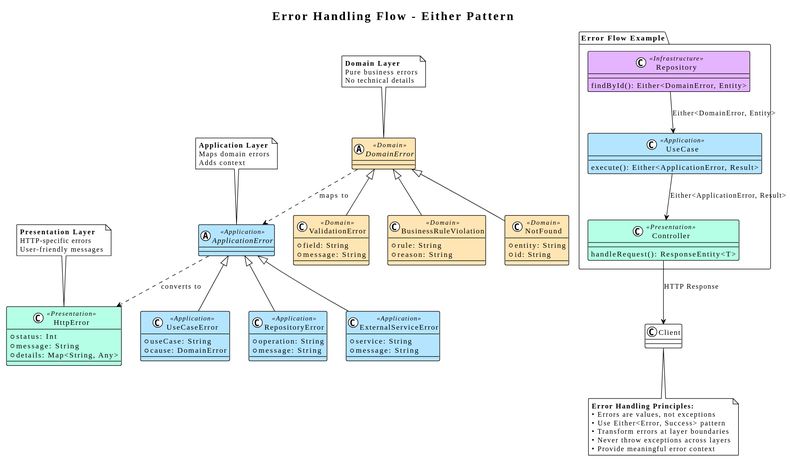
This is docs/diagrams/error-handling-flow.svg from 1887sagar/hybrid_template_kotlin, a PlantUML export, as it was before one commit. The source it was exported from:
```plantuml
@startuml
!theme plain
title Error Handling Flow - Either Pattern

skinparam class {
    BackgroundColor<<Domain>> #FFE5B4
    BackgroundColor<<Application>> #B4E5FF
    BackgroundColor<<Infrastructure>> #E5B4FF
    BackgroundColor<<Presentation>> #B4FFE5
}

abstract class DomainError <<Domain>> {
    {abstract}
}

class ValidationError <<Domain>> {
    + field: String
    + message: String
}

class BusinessRuleViolation <<Domain>> {
    + rule: String
    + reason: String
}

class NotFound <<Domain>> {
    + entity: String
    + id: String
}

abstract class ApplicationError <<Application>> {
    {abstract}
}

class UseCaseError <<Application>> {
    + useCase: String
    + cause: DomainError
}

class RepositoryError <<Application>> {
    + operation: String
    + message: String
}

class ExternalServiceError <<Application>> {
    + service: String
    + message: String
}

class HttpError <<Presentation>> {
    + status: Int
    + message: String
    + details: Map<String, Any>
}

note top of DomainError
    **Domain Layer**
    Pure business errors
    No technical details
end note

note top of ApplicationError
    **Application Layer**
    Maps domain errors
    Adds context
end note

note top of HttpError
    **Presentation Layer**
    HTTP-specific errors
    User-friendly messages
end note

package "Error Flow Example" {
    class "Repository" <<Infrastructure>> {
        findById(): Either<DomainError, Entity>
    }

    class "UseCase" <<Application>> {
        execute(): Either<ApplicationError, Result>
    }

    class "Controller" <<Presentation>> {
        handleRequest(): ResponseEntity<T>
    }
}

DomainError <|-- ValidationError
DomainError <|-- BusinessRuleViolation
DomainError <|-- NotFound

ApplicationError <|-- UseCaseError
ApplicationError <|-- RepositoryError
ApplicationError <|-- ExternalServiceError

DomainError ..> ApplicationError : "maps to"
ApplicationError ..> HttpError : "converts to"

"Repository" --> "UseCase" : Either<DomainError, Entity>
"UseCase" --> "Controller" : Either<ApplicationError, Result>
"Controller" --> Client : HTTP Response

note bottom
    **Error Handling Principles:**
    • Errors are values, not exceptions
    • Use Either<Error, Success> pattern
    • Transform errors at layer boundaries
    • Never throw exceptions across layers
    • Provide meaningful error context
end note
@enduml
```
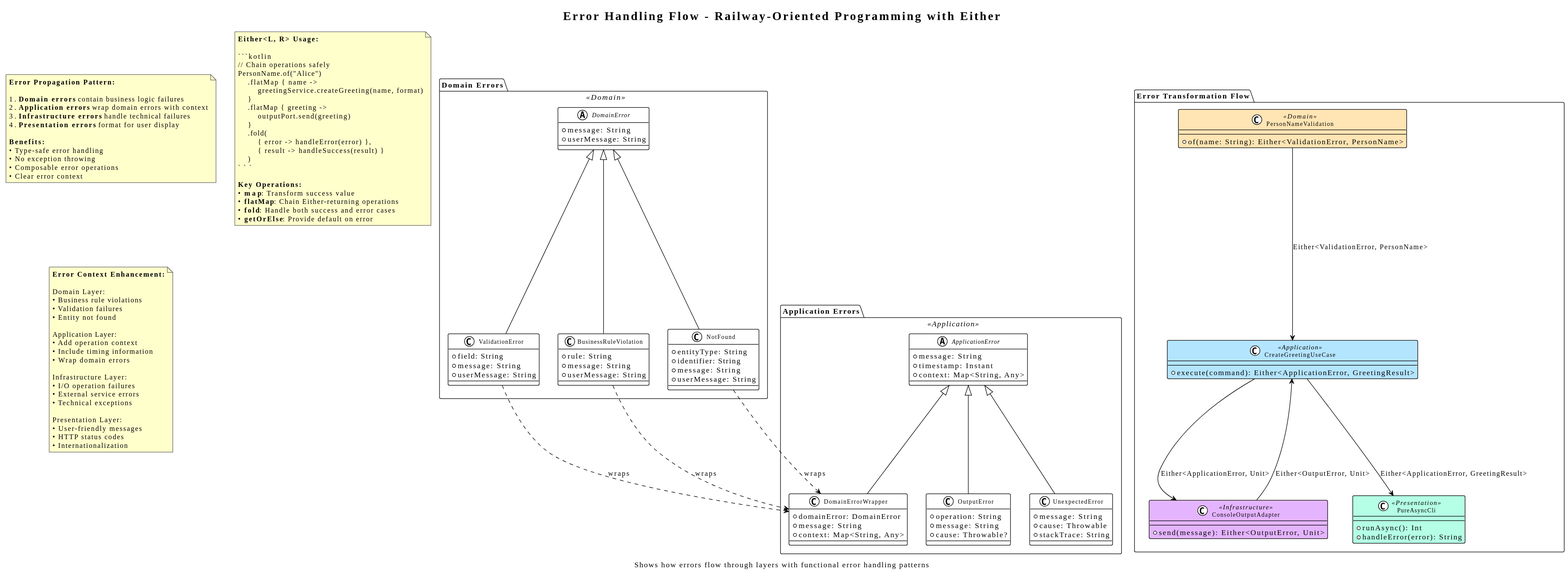
After the commit.

Diff of the diagram source:
````diff
@@ -1,87 +1,91 @@
 @startuml
 !theme plain
-title Error Handling Flow - Either Pattern
+title Error Handling Flow - Railway-Oriented Programming with Either
+caption Shows how errors flow through layers with functional error handling patterns
 
 skinparam class {
     BackgroundColor<<Domain>> #FFE5B4
     BackgroundColor<<Application>> #B4E5FF
     BackgroundColor<<Infrastructure>> #E5B4FF
     BackgroundColor<<Presentation>> #B4FFE5
+    BorderColor Black
+    FontSize 11
 }
 
-abstract class DomainError <<Domain>> {
-    {abstract}
+skinparam note {
+    BackgroundColor #FFFFCC
+    BorderColor #666666
 }
 
-class ValidationError <<Domain>> {
-    + field: String
-    + message: String
+package "Domain Errors" <<Domain>> {
+    abstract class DomainError {
+        + message: String
+        + userMessage: String
+    }
+
+    class ValidationError {
+        + field: String
+        + message: String
+        + userMessage: String
+    }
+
+    class BusinessRuleViolation {
+        + rule: String
+        + message: String
+        + userMessage: String
+    }
+
+    class NotFound {
+        + entityType: String
+        + identifier: String
+        + message: String
+        + userMessage: String
+    }
 }
 
-class BusinessRuleViolation <<Domain>> {
-    + rule: String
-    + reason: String
+package "Application Errors" <<Application>> {
+    abstract class ApplicationError {
+        + message: String
+        + timestamp: Instant
+        + context: Map<String, Any>
+    }
+
+    class DomainErrorWrapper {
+        + domainError: DomainError
+        + message: String
+        + context: Map<String, Any>
+    }
+
+    class OutputError {
+        + operation: String
+        + message: String
+        + cause: Throwable?
+    }
+
+    class UnexpectedError {
+        + message: String
+        + cause: Throwable
+        + stackTrace: String
+    }
 }
 
-class NotFound <<Domain>> {
-    + entity: String
-    + id: String
-}
+package "Error Transformation Flow" {
 
-abstract class ApplicationError <<Application>> {
-    {abstract}
-}
-
-class UseCaseError <<Application>> {
-    + useCase: String
-    + cause: DomainError
-}
-
-class RepositoryError <<Application>> {
-    + operation: String
-    + message: String
-}
-
-class ExternalServiceError <<Application>> {
-    + service: String
-    + message: String
-}
-
-class HttpError <<Presentation>> {
-    + status: Int
-    + message: String
-    + details: Map<String, Any>
-}
-
-note top of DomainError
-    **Domain Layer**
-    Pure business errors
-    No technical details
-end note
-
-note top of ApplicationError
-    **Application Layer**
-    Maps domain errors
-    Adds context
-end note
-
-note top of HttpError
-    **Presentation Layer**
-    HTTP-specific errors
-    User-friendly messages
-end note
-
-package "Error Flow Example" {
-    class "Repository" <<Infrastructure>> {
-        findById(): Either<DomainError, Entity>
+    class PersonNameValidation <<Domain>> {
+        + of(name: String): Either<ValidationError, PersonName>
     }
 
-    class "UseCase" <<Application>> {
-        execute(): Either<ApplicationError, Result>
+    class CreateGreetingUseCase <<Application>> {
+        + execute(command): Either<ApplicationError, GreetingResult>
     }
 
-    class "Controller" <<Presentation>> {
-        handleRequest(): ResponseEntity<T>
+    class ConsoleOutputAdapter <<Infrastructure>> {
+        + send(message): Either<OutputError, Unit>
+    }
+
+    class PureAsyncCli <<Presentation>> {
+        + runAsync(): Int
+        + handleError(error): String
     }
 }
 
@@ -89,23 +93,80 @@
 DomainError <|-- BusinessRuleViolation
 DomainError <|-- NotFound
 
-ApplicationError <|-- UseCaseError
-ApplicationError <|-- RepositoryError
-ApplicationError <|-- ExternalServiceError
+ApplicationError <|-- DomainErrorWrapper
+ApplicationError <|-- OutputError
+ApplicationError <|-- UnexpectedError
 
-DomainError ..> ApplicationError : "maps to"
-ApplicationError ..> HttpError : "converts to"
+PersonNameValidation --> CreateGreetingUseCase : Either<ValidationError, PersonName>
+CreateGreetingUseCase --> ConsoleOutputAdapter : Either<ApplicationError, Unit>
+ConsoleOutputAdapter --> CreateGreetingUseCase : Either<OutputError, Unit>
+CreateGreetingUseCase --> PureAsyncCli : Either<ApplicationError, GreetingResult>
 
-"Repository" --> "UseCase" : Either<DomainError, Entity>
-"UseCase" --> "Controller" : Either<ApplicationError, Result>
-"Controller" --> Client : HTTP Response
+ValidationError ..> DomainErrorWrapper : wraps
+BusinessRuleViolation ..> DomainErrorWrapper : wraps
+NotFound ..> DomainErrorWrapper : wraps
 
-note bottom
-    **Error Handling Principles:**
-    • Errors are values, not exceptions
-    • Use Either<Error, Success> pattern
-    • Transform errors at layer boundaries
-    • Never throw exceptions across layers
-    • Provide meaningful error context
+note as ErrorPropagation
+    <b>Error Propagation Pattern:</b>
+
+    1. <b>Domain errors</b> contain business logic failures
+    2. <b>Application errors</b> wrap domain errors with context
+    3. <b>Infrastructure errors</b> handle technical failures
+    4. <b>Presentation errors</b> format for user display
+
+    <b>Benefits:</b>
+    • Type-safe error handling
+    • No exception throwing
+    • Composable error operations
+    • Clear error context
+end note
+
+note as EitherPattern
+    <b>Either<L, R> Usage:</b>
+
+    ```kotlin
+    // Chain operations safely
+    PersonName.of("Alice")
+        .flatMap { name ->
+            greetingService.createGreeting(name, format)
+        }
+        .flatMap { greeting ->
+            outputPort.send(greeting)
+        }
+        .fold(
+            { error -> handleError(error) },
+            { result -> handleSuccess(result) }
+        )
+    ```
+
+    <b>Key Operations:</b>
+    • <b>map</b>: Transform success value
+    • <b>flatMap</b>: Chain Either-returning operations
+    • <b>fold</b>: Handle both success and error cases
+    • <b>getOrElse</b>: Provide default on error
+end note
+
+note as ErrorContext
+    <b>Error Context Enhancement:</b>
+
+    Domain Layer:
+    • Business rule violations
+    • Validation failures
+    • Entity not found
+
+    Application Layer:
+    • Add operation context
+    • Include timing information
+    • Wrap domain errors
+
+    Infrastructure Layer:
+    • I/O operation failures
+    • External service errors
+    • Technical exceptions
+
+    Presentation Layer:
+    • User-friendly messages
+    • HTTP status codes
+    • Internationalization
 end note
 @enduml
````
